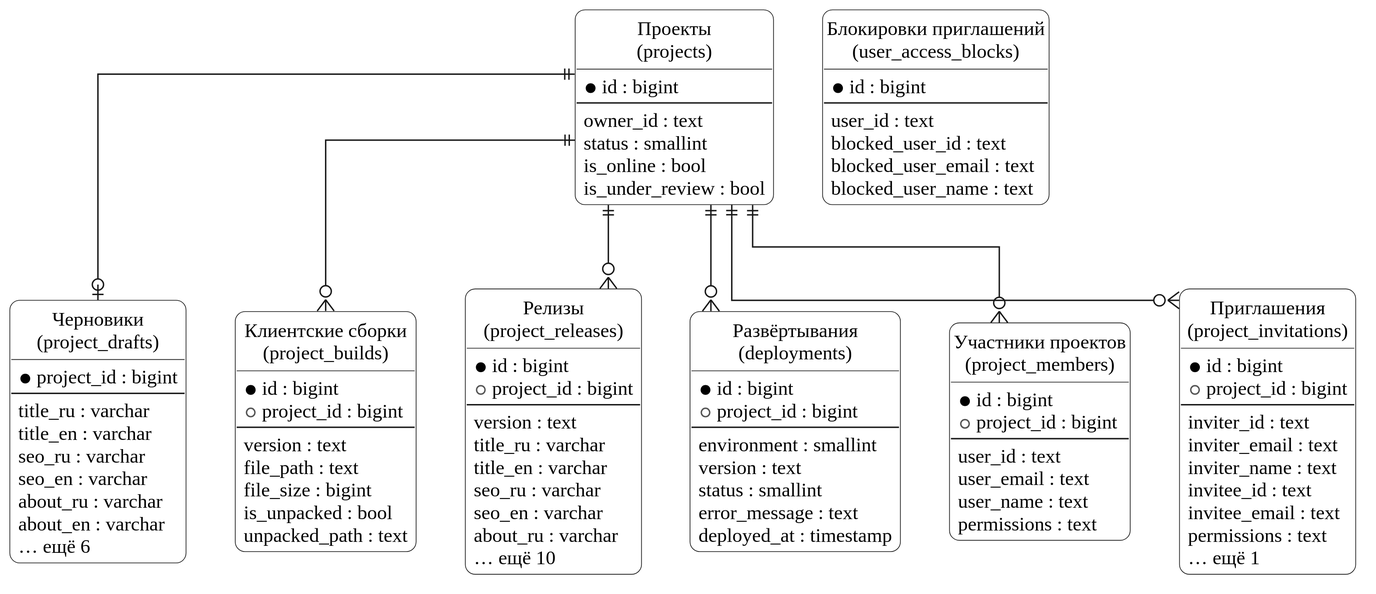
Above: docs/data-model/projects.svg in Be4Die/game-developer-hub (PlantUML), before the change.
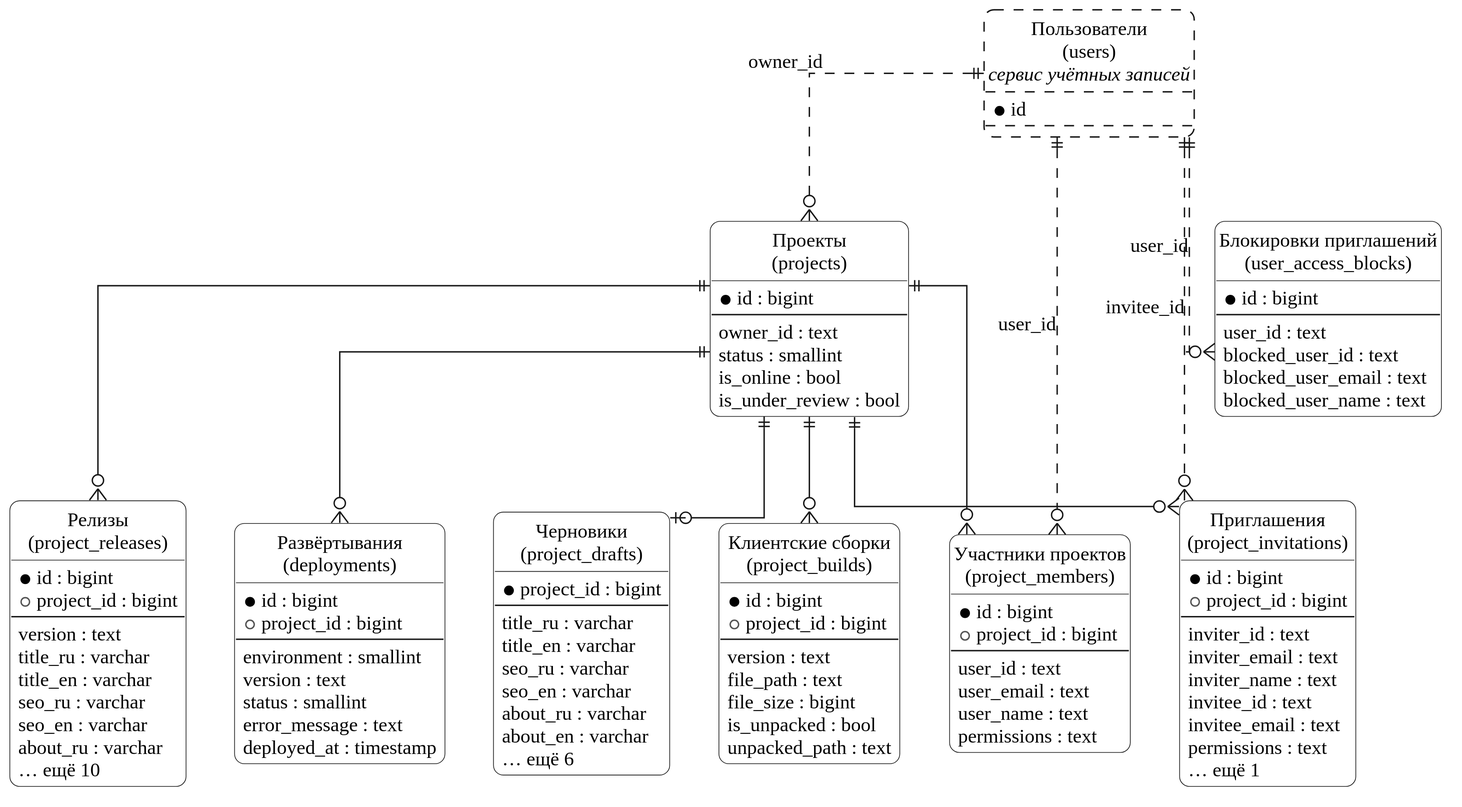
The same diagram one commit later.

What changed in the source:
```diff
@@ -89,4 +89,11 @@
 projects ||--o{ deployments
 projects ||--o{ project_members
 projects ||--o{ project_invitations
+entity "Пользователи\n(users)\n<i>сервис учётных записей</i>" as users #line.dashed {
+  * id
+}
+users ||..o{ projects : owner_id
+users ||..o{ project_members : user_id
+users ||..o{ project_invitations : invitee_id
+users ||..o{ user_access_blocks : user_id
 @enduml
```
